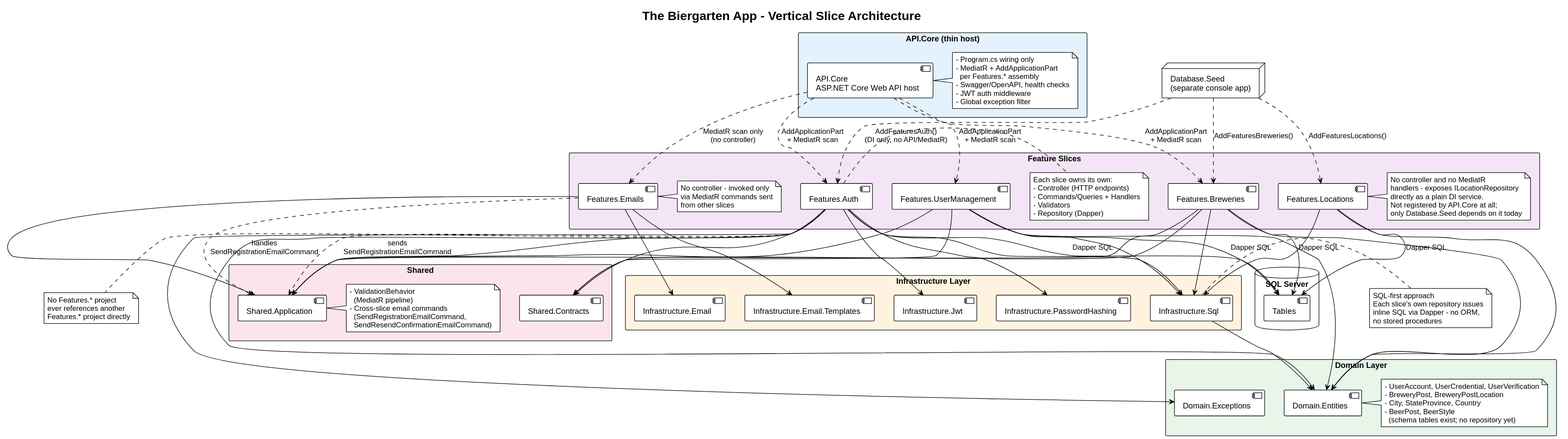
Above: docs/website/diagrams-out/architecture.svg in aaronpo97/the-biergarten-app (PlantUML), before the change.
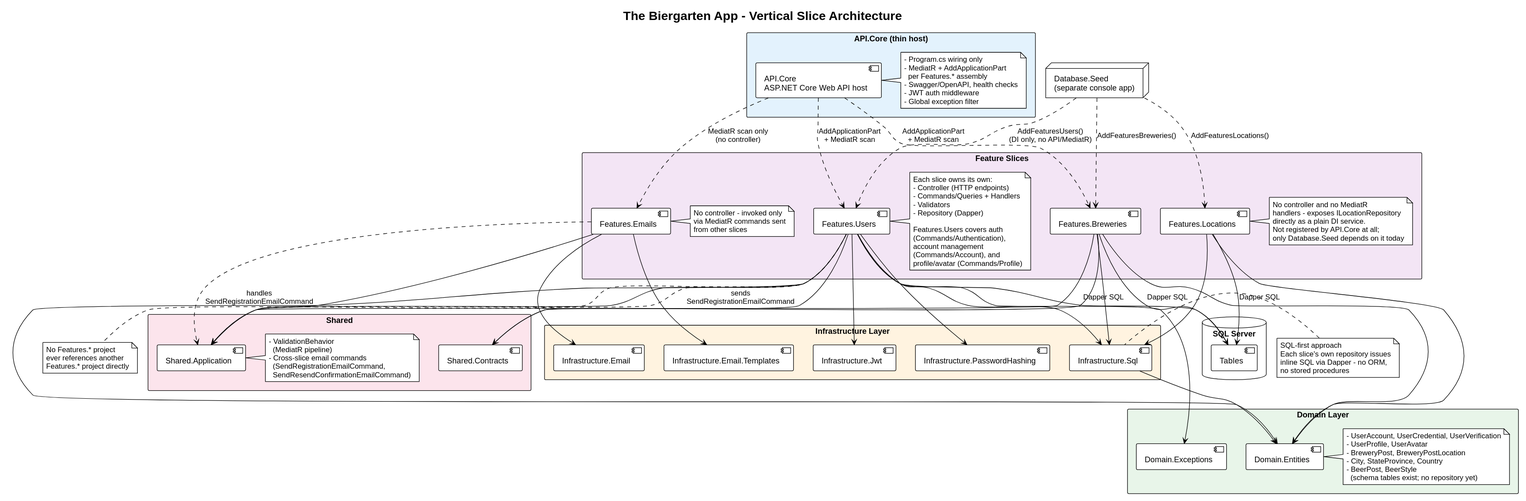
The same file after the commit.

Diff of the diagram source:
```diff
@@ -19,17 +19,22 @@
 }
 
 package "Feature Slices" #F3E5F5 {
-  [Features.Auth] as AuthSlice
+  [Features.Users] as UsersSlice
   [Features.Breweries] as BrewerySlice
-  [Features.UserManagement] as UserSlice
   [Features.Emails] as EmailsSlice
   [Features.Locations] as LocationsSlice
-  note right of AuthSlice
+  note right of UsersSlice
     Each slice owns its own:
     - Controller (HTTP endpoints)
     - Commands/Queries + Handlers
     - Validators
     - Repository (Dapper)
+
+    Features.Users covers auth
+    (Commands/Authentication),
+    account management
+    (Commands/Account), and
+    profile/avatar (Commands/Profile)
   end note
   note right of EmailsSlice
     No controller - invoked only
@@ -70,6 +75,7 @@
   [Domain.Exceptions] as DomainExceptions
   note right of Domain
     - UserAccount, UserCredential, UserVerification
+    - UserProfile, UserAvatar
     - BreweryPost, BreweryPostLocation
     - City, StateProvince, Country
     - BeerPost, BeerStyle
@@ -83,28 +89,23 @@
 
 node "Database.Seed\n(separate console app)" as Seed
 
-API ..> AuthSlice : AddApplicationPart\n+ MediatR scan
+API ..> UsersSlice : AddApplicationPart\n+ MediatR scan
 API ..> BrewerySlice : AddApplicationPart\n+ MediatR scan
-API ..> UserSlice : AddApplicationPart\n+ MediatR scan
 API ..> EmailsSlice : MediatR scan only\n(no controller)
 
-Seed ..> AuthSlice : AddFeaturesAuth()\n(DI only, no API/MediatR)
+Seed ..> UsersSlice : AddFeaturesUsers()\n(DI only, no API/MediatR)
 Seed ..> BrewerySlice : AddFeaturesBreweries()
 Seed ..> LocationsSlice : AddFeaturesLocations()
 
-AuthSlice --> Sql
-AuthSlice --> JWT
-AuthSlice --> PwdHash
-AuthSlice --> SharedContracts
-AuthSlice --> SharedApp
+UsersSlice --> Sql
+UsersSlice --> JWT
+UsersSlice --> PwdHash
+UsersSlice --> SharedContracts
+UsersSlice --> SharedApp
 
 BrewerySlice --> Sql
 BrewerySlice --> SharedContracts
 BrewerySlice --> SharedApp
-
-UserSlice --> Sql
-UserSlice --> SharedContracts
-UserSlice --> SharedApp
 
 LocationsSlice --> Sql
 
@@ -112,21 +113,19 @@
 EmailsSlice --> EmailTemplates
 EmailsSlice --> SharedApp
 
-AuthSlice ..> SharedApp : sends\nSendRegistrationEmailCommand
+UsersSlice ..> SharedApp : sends\nSendRegistrationEmailCommand
 EmailsSlice ..> SharedApp : handles\nSendRegistrationEmailCommand
 
 Sql --> Domain
 
-AuthSlice --> Tables : Dapper SQL
+UsersSlice --> Tables : Dapper SQL
 BrewerySlice --> Tables : Dapper SQL
-UserSlice --> Tables : Dapper SQL
 LocationsSlice --> Tables : Dapper SQL
 
-AuthSlice --> Domain
+UsersSlice --> Domain
 BrewerySlice --> Domain
-UserSlice --> Domain
 LocationsSlice --> Domain
-AuthSlice --> DomainExceptions
+UsersSlice --> DomainExceptions
 
 note left of Sql
   SQL-first approach
@@ -135,7 +134,7 @@
   no stored procedures
 end note
 
-note bottom of AuthSlice
+note bottom of UsersSlice
   No Features.* project
   ever references another
   Features.* project directly
```
